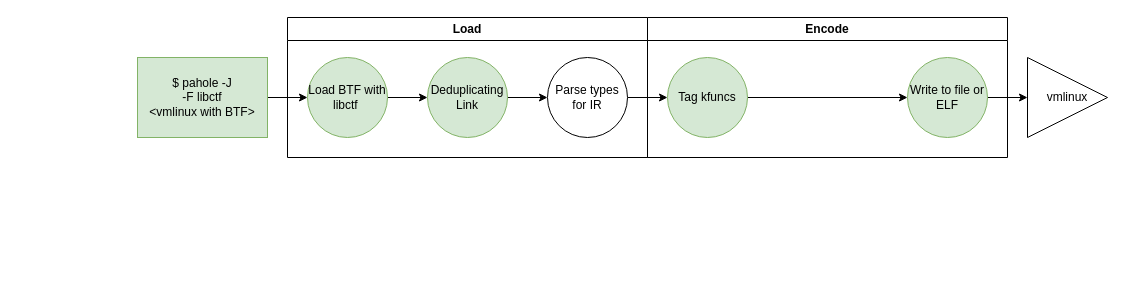
peter-shoes/lsfmm_slides keeps this draw.io diagram as new_pahole.drawio. Above is the earlier version. Source tidied: cells renumbered, new cells numbered last; positions are measured from the earlier drawing's top-left corner, leaving out a move shared by most shapes. Both pictures are drawn from the tidied source at 100%, with x=0, y=0 at pixel (137, 17).
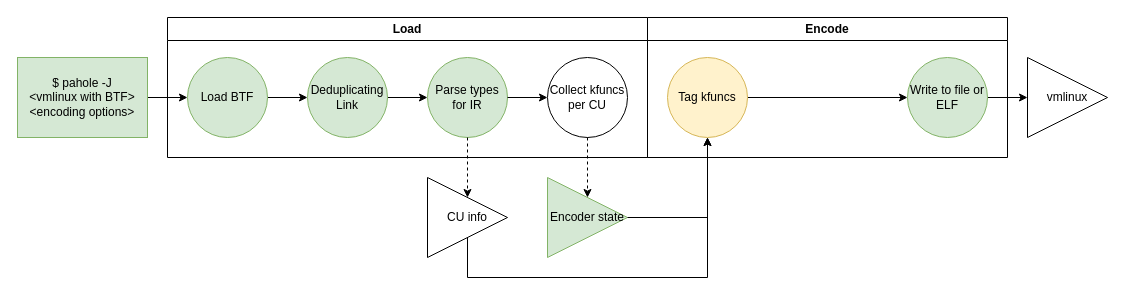
The same diagram, later.

The change refers to these unchanged cells:
```xml
<mxCell id="14" value="Write to file or ELF" style="ellipse;whiteSpace=wrap;html=1;fillColor=#d5e8d4;strokeColor=#82b366;" parent="1" vertex="1">
  <mxGeometry x="770" y="40" width="80" height="80" as="geometry" />
</mxCell>
```

What changed in the source:
```diff
@@
-    <mxCell id="2" style="edgeStyle=orthogonalEdgeStyle;rounded=0;jettySize=auto;html=1;" parent="1" edge="1" source="3" target="5">
-      <mxGeometry relative="1" as="geometry" />
-    </mxCell>
+    <mxCell id="17" style="edgeStyle=orthogonalEdgeStyle;rounded=0;jettySize=auto;html=1;" parent="1" edge="1" source="3" target="25">
+      <mxGeometry relative="1" as="geometry" />
+    </mxCell>
-    <mxCell id="3" value="Load BTF with libctf&amp;nbsp;" style="ellipse;whiteSpace=wrap;html=1;fillColor=#d5e8d4;strokeColor=#82b366;" parent="1" vertex="1">
-      <mxGeometry x="170" y="40" width="80" height="80" as="geometry" />
+    <mxCell id="3" value="Load BTF" style="ellipse;whiteSpace=wrap;html=1;fillColor=#d5e8d4;strokeColor=#82b366;" parent="1" vertex="1">
+      <mxGeometry x="50" y="40" width="80" height="80" as="geometry" />
     </mxCell>
-    <mxCell id="4" style="edgeStyle=orthogonalEdgeStyle;rounded=0;jettySize=auto;html=1;" parent="1" edge="1" source="5" target="16">
-      <mxGeometry relative="1" as="geometry" />
-    </mxCell>
-    <mxCell id="5" value="Deduplicating Link" style="ellipse;whiteSpace=wrap;html=1;fillColor=#d5e8d4;strokeColor=#82b366;" parent="1" vertex="1">
-      <mxGeometry x="290" y="40" width="80" height="80" as="geometry" />
-    </mxCell>
@@
     <mxCell id="7" value="Load" style="swimlane;whiteSpace=wrap;html=1;" parent="1" vertex="1">
-      <mxGeometry x="150" width="360" height="140" as="geometry" />
+      <mxGeometry x="30" width="480" height="140" as="geometry" />
     </mxCell>
+    <mxCell id="18" value="Collect kfuncs per CU" style="ellipse;whiteSpace=wrap;html=1;" parent="7" vertex="1">
+      <mxGeometry x="380" y="40" width="80" height="80" as="geometry" />
+    </mxCell>
+    <mxCell id="19" style="edgeStyle=orthogonalEdgeStyle;rounded=0;jettySize=auto;html=1;dashed=1;" parent="7" edge="1" source="18" target="20">
+      <mxGeometry relative="1" as="geometry" />
+    </mxCell>
+    <mxCell id="20" value="Encoder state" style="triangle;whiteSpace=wrap;html=1;fillColor=#d5e8d4;strokeColor=#82b366;" parent="7" vertex="1">
+      <mxGeometry x="380" y="160" width="80" height="80" as="geometry" />
+    </mxCell>
+    <mxCell id="21" value="CU info" style="triangle;whiteSpace=wrap;html=1;" parent="7" vertex="1">
+      <mxGeometry x="260" y="160" width="80" height="80" as="geometry" />
+    </mxCell>
+    <mxCell id="5" value="Parse types for IR" style="ellipse;whiteSpace=wrap;html=1;fillColor=#d5e8d4;strokeColor=#82b366;" parent="7" vertex="1">
+      <mxGeometry x="260" y="40" width="80" height="80" as="geometry" />
+    </mxCell>
+    <mxCell id="22" style="edgeStyle=orthogonalEdgeStyle;rounded=0;jettySize=auto;html=1;dashed=1;" parent="7" edge="1" source="5" target="21">
+      <mxGeometry relative="1" as="geometry" />
+    </mxCell>
+    <mxCell id="23" style="edgeStyle=orthogonalEdgeStyle;rounded=0;jettySize=auto;html=1;" parent="7" edge="1" source="5" target="18">
+      <mxGeometry relative="1" as="geometry" />
+    </mxCell>
+    <mxCell id="24" style="edgeStyle=orthogonalEdgeStyle;rounded=0;jettySize=auto;html=1;" parent="7" edge="1" source="25" target="5">
+      <mxGeometry relative="1" as="geometry" />
+    </mxCell>
+    <mxCell id="25" value="Deduplicating Link" style="ellipse;whiteSpace=wrap;html=1;fillColor=#d5e8d4;strokeColor=#82b366;" parent="7" vertex="1">
+      <mxGeometry x="140" y="40" width="80" height="80" as="geometry" />
+    </mxCell>
@@
-    <mxCell id="10" value="$ pahole -J&lt;div&gt;-F libctf&lt;br&gt;&lt;div&gt;&amp;lt;vmlinux with BTF&amp;gt;&lt;/div&gt;&lt;/div&gt;" style="rounded=0;whiteSpace=wrap;html=1;fillColor=#d5e8d4;strokeColor=#82b366;" parent="1" vertex="1">
-      <mxGeometry y="40" width="130" height="80" as="geometry" />
+    <mxCell id="10" value="$ pahole -J&lt;div&gt;&amp;lt;vmlinux with BTF&amp;gt;&lt;/div&gt;&lt;div&gt;&amp;lt;encoding options&amp;gt;&lt;/div&gt;" style="rounded=0;whiteSpace=wrap;html=1;fillColor=#d5e8d4;strokeColor=#82b366;" parent="1" vertex="1">
+      <mxGeometry x="-120" y="40" width="130" height="80" as="geometry" />
     </mxCell>
-    <mxCell id="11" style="edgeStyle=orthogonalEdgeStyle;rounded=0;jettySize=auto;html=1;entryX=0;entryY=0.5;entryDx=0;entryDy=0;" parent="1" edge="1" source="12" target="14">
+    <mxCell id="11" style="edgeStyle=orthogonalEdgeStyle;rounded=0;jettySize=auto;html=1;exitX=1;exitY=0.5;exitDx=0;exitDy=0;entryX=0;entryY=0.5;entryDx=0;entryDy=0;" parent="1" edge="1" source="12" target="14">
       <mxGeometry relative="1" as="geometry" />
     </mxCell>
-    <mxCell id="12" value="Tag kfuncs" style="ellipse;whiteSpace=wrap;html=1;fillColor=#d5e8d4;strokeColor=#82b366;" parent="1" vertex="1">
+    <mxCell id="12" value="Tag kfuncs" style="ellipse;whiteSpace=wrap;html=1;fillColor=#fff2cc;strokeColor=#d6b656;" parent="1" vertex="1">
       <mxGeometry x="530" y="40" width="80" height="80" as="geometry" />
     </mxCell>
@@
-    <mxCell id="15" style="edgeStyle=orthogonalEdgeStyle;rounded=0;jettySize=auto;html=1;" parent="1" edge="1" source="16" target="12">
-      <mxGeometry relative="1" as="geometry" />
-    </mxCell>
-    <mxCell id="16" value="Parse types for IR" style="ellipse;whiteSpace=wrap;html=1;" parent="1" vertex="1">
-      <mxGeometry x="410" y="40" width="80" height="80" as="geometry" />
-    </mxCell>
+    <mxCell id="26" style="edgeStyle=orthogonalEdgeStyle;rounded=0;jettySize=auto;html=1;exitX=1;exitY=0.5;exitDx=0;exitDy=0;entryX=0.5;entryY=1;entryDx=0;entryDy=0;" parent="1" edge="1" source="20" target="12">
+      <mxGeometry relative="1" as="geometry" />
+    </mxCell>
+    <mxCell id="27" style="edgeStyle=orthogonalEdgeStyle;rounded=0;jettySize=auto;html=1;exitX=0.5;exitY=1;exitDx=0;exitDy=0;entryX=0.5;entryY=1;entryDx=0;entryDy=0;" parent="1" edge="1" source="21" target="12">
+      <mxGeometry relative="1" as="geometry">
+        <Array as="points">
+          <mxPoint x="330" y="260" />
+          <mxPoint x="570" y="260" />
+        </Array>
+      </mxGeometry>
+    </mxCell>
```
